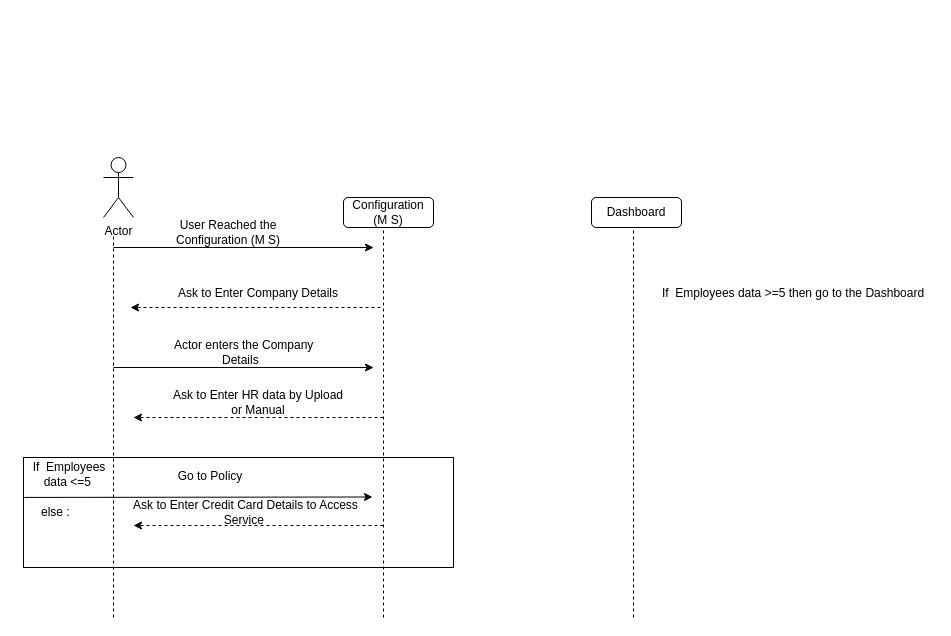
Above: CONFIGURATION.drawio in kanhaiyaverma2022/groceryonline (draw.io), before the change. Source tidied: cells renumbered, new cells numbered last; positions are measured from the earlier drawing's top-left corner, leaving out a move shared by most shapes. Both pictures are drawn from the tidied source at 100%, with x=0, y=0 at pixel (23, 157).
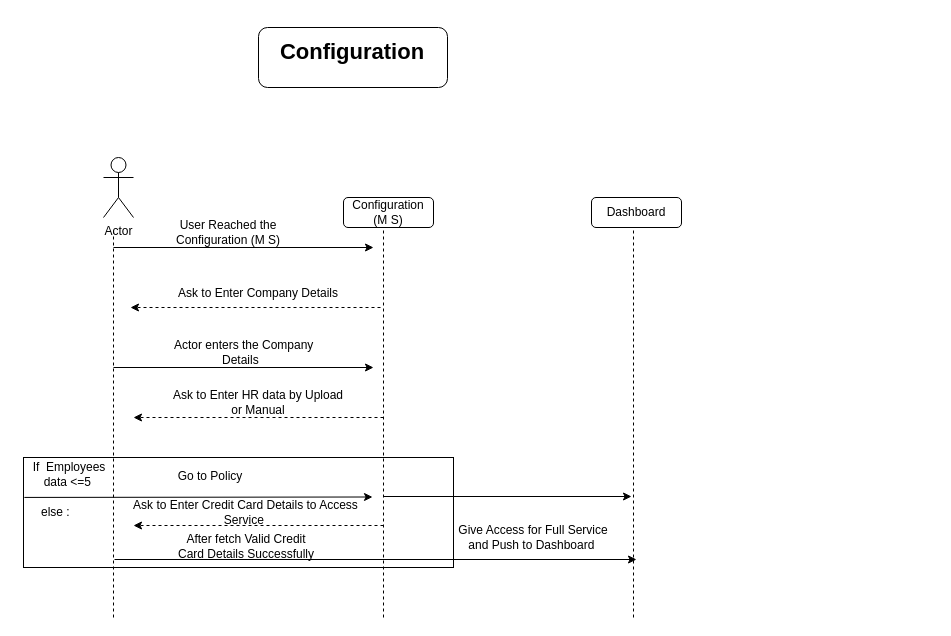
Above is the later version.

The edit, as a diff of the source:
```diff
@@
+    <mxCell id="24" style="rounded=1;whiteSpace=wrap;html=1;" parent="1" vertex="1">
+      <mxGeometry x="235" y="-130" width="189" height="60" as="geometry" />
+    </mxCell>
@@
-    <mxCell id="18" value="If&amp;nbsp; Employees data &amp;gt;=5 then go to the Dashboard" style="text;html=1;strokeColor=none;fillColor=none;align=center;verticalAlign=middle;whiteSpace=wrap;rounded=0;" parent="1" vertex="1">
-      <mxGeometry x="630" y="131" width="280" height="10" as="geometry" />
-    </mxCell>
@@
+    <mxCell id="25" style="endArrow=classic;html=1;rounded=0;" parent="1" edge="1">
+      <mxGeometry relative="1" as="geometry">
+        <mxPoint x="360" y="339" as="sourcePoint" />
+        <mxPoint x="608" y="339" as="targetPoint" />
+      </mxGeometry>
+    </mxCell>
+    <mxCell id="26" style="endArrow=classic;html=1;rounded=0;" parent="1" edge="1">
+      <mxGeometry relative="1" as="geometry">
+        <mxPoint x="91" y="402" as="sourcePoint" />
+        <mxPoint x="613" y="402" as="targetPoint" />
+      </mxGeometry>
+    </mxCell>
+    <mxCell id="27" value="After fetch Valid Credit Card Details Successfully" style="text;html=1;strokeColor=none;fillColor=none;align=center;verticalAlign=middle;whiteSpace=wrap;rounded=0;" parent="1" vertex="1">
+      <mxGeometry x="147.5" y="374" width="150" height="30" as="geometry" />
+    </mxCell>
+    <mxCell id="28" value="Give Access for Full Service and Push to Dashboard&amp;nbsp;" style="text;html=1;strokeColor=none;fillColor=none;align=center;verticalAlign=middle;whiteSpace=wrap;rounded=0;" parent="1" vertex="1">
+      <mxGeometry x="430" y="365" width="160" height="30" as="geometry" />
+    </mxCell>
+    <mxCell id="29" value="&lt;b&gt;&lt;font style=&quot;font-size: 22px;&quot;&gt;Configuration&lt;/font&gt;&lt;/b&gt;" style="text;html=1;strokeColor=none;fillColor=none;align=center;verticalAlign=middle;whiteSpace=wrap;rounded=0;" parent="1" vertex="1">
+      <mxGeometry x="244" y="-140" width="170" height="70" as="geometry" />
+    </mxCell>
```
